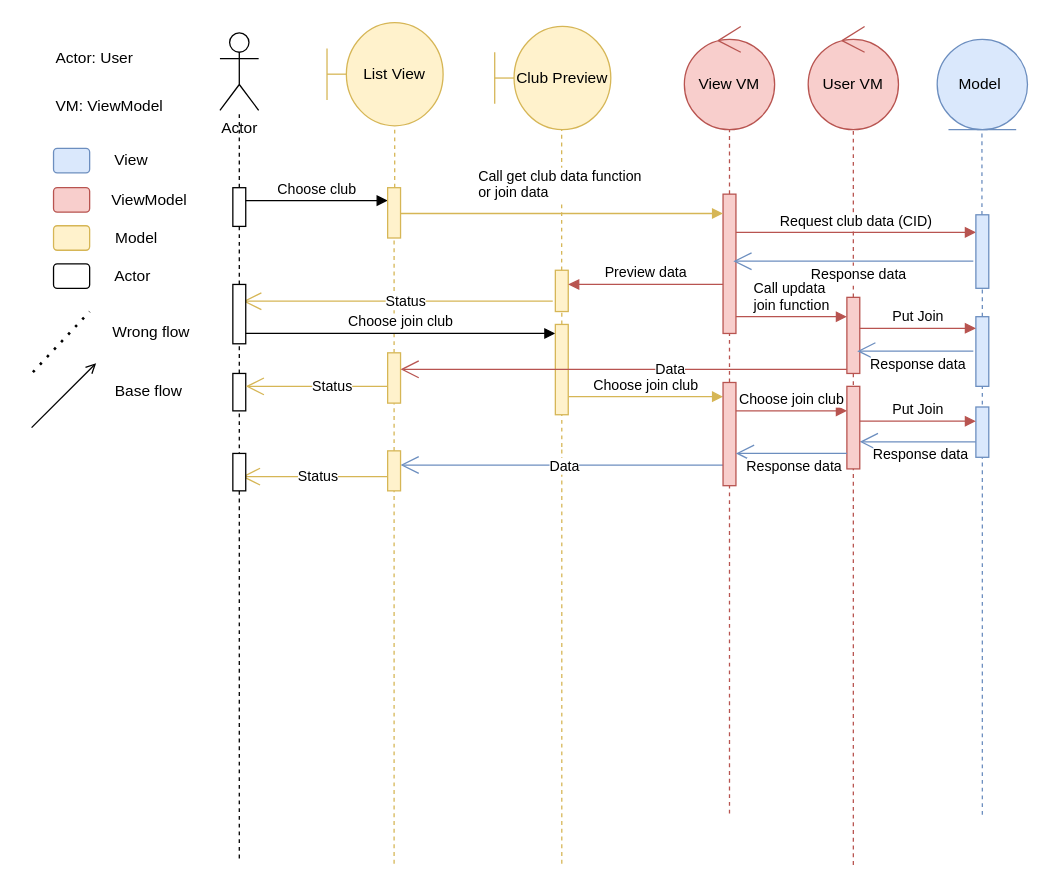
DnhTrn/finall_project keeps this draw.io diagram as page "Join Club" (6 of 13) of Diagram.drawio. Above is the earlier version. Source tidied: cells renumbered, new cells numbered last; positions are measured from the earlier drawing's top-left corner, leaving out a move shared by most shapes. Both pictures are drawn from the tidied source at 129%, with x=0, y=0 at pixel (31, 22).
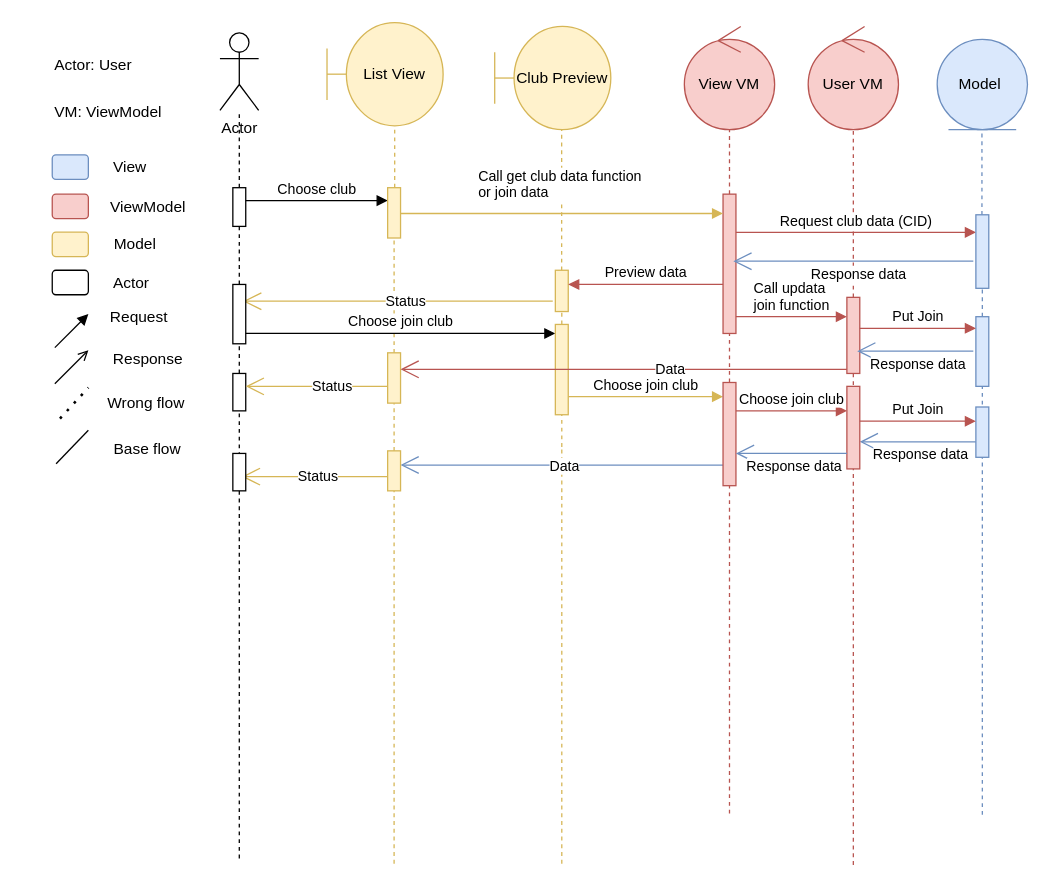
The same diagram, later.

What changed in the source:
```diff
@@
+    <mxCell id="78" value="Data" style="endArrow=open;endSize=12;html=1;rounded=0;fillColor=#f8cecc;strokeColor=#b85450;" parent="1" edge="1">
+      <mxGeometry x="-0.21" relative="1" as="geometry">
+        <mxPoint x="632" y="268.8" as="sourcePoint" />
+        <mxPoint x="286" y="268.8" as="targetPoint" />
+      </mxGeometry>
+    </mxCell>
     <mxCell id="63" value="&lt;div style=&quot;&quot;&gt;&lt;span style=&quot;background-color: initial;&quot;&gt;VM: ViewModel&lt;/span&gt;&lt;/div&gt;" style="text;html=1;align=left;verticalAlign=middle;whiteSpace=wrap;rounded=0;" parent="1" vertex="1">
-      <mxGeometry x="17" y="50" width="101" height="30" as="geometry" />
+      <mxGeometry x="16" y="55" width="101" height="30" as="geometry" />
     </mxCell>
-    <mxCell id="64" style="rounded=1;whiteSpace=wrap;html=1;fillColor=#dae8fc;strokeColor=#6c8ebf;" parent="1" vertex="1">
-      <mxGeometry x="17" y="97.5" width="28" height="19" as="geometry" />
-    </mxCell>
+    <mxCell id="79" style="rounded=1;whiteSpace=wrap;html=1;fillColor=#dae8fc;strokeColor=#6c8ebf;" parent="1" vertex="1">
+      <mxGeometry x="16" y="102.5" width="28" height="19" as="geometry" />
+    </mxCell>
     <mxCell id="65" value="View" style="text;html=1;align=center;verticalAlign=middle;strokeColor=none;fillColor=none;" parent="1" vertex="1">
-      <mxGeometry x="55" y="94" width="44" height="26" as="geometry" />
+      <mxGeometry x="54" y="99" width="44" height="26" as="geometry" />
     </mxCell>
-    <mxCell id="66" style="rounded=1;whiteSpace=wrap;html=1;fillColor=#f8cecc;strokeColor=#b85450;" parent="1" vertex="1">
-      <mxGeometry x="17" y="128" width="28" height="19" as="geometry" />
-    </mxCell>
+    <mxCell id="80" style="rounded=1;whiteSpace=wrap;html=1;fillColor=#f8cecc;strokeColor=#b85450;" parent="1" vertex="1">
+      <mxGeometry x="16" y="133" width="28" height="19" as="geometry" />
+    </mxCell>
     <mxCell id="67" value="ViewModel" style="text;html=1;align=center;verticalAlign=middle;strokeColor=none;fillColor=none;" parent="1" vertex="1">
-      <mxGeometry x="53" y="124.5" width="76" height="26" as="geometry" />
+      <mxGeometry x="52" y="129.5" width="76" height="26" as="geometry" />
     </mxCell>
-    <mxCell id="68" style="rounded=1;whiteSpace=wrap;html=1;fillColor=#fff2cc;strokeColor=#d6b656;" parent="1" vertex="1">
-      <mxGeometry x="17" y="157.5" width="28" height="19" as="geometry" />
-    </mxCell>
+    <mxCell id="81" style="rounded=1;whiteSpace=wrap;html=1;fillColor=#fff2cc;strokeColor=#d6b656;" parent="1" vertex="1">
+      <mxGeometry x="16" y="162.5" width="28" height="19" as="geometry" />
+    </mxCell>
     <mxCell id="69" value="Model" style="text;html=1;align=center;verticalAlign=middle;strokeColor=none;fillColor=none;" parent="1" vertex="1">
-      <mxGeometry x="55" y="154" width="51" height="26" as="geometry" />
+      <mxGeometry x="54" y="159" width="51" height="26" as="geometry" />
     </mxCell>
-    <mxCell id="70" style="endArrow=none;dashed=1;html=1;dashPattern=1 3;strokeWidth=2;rounded=0;" parent="1" edge="1">
-      <mxGeometry relative="1" as="geometry">
-        <mxPoint x="1" y="271" as="sourcePoint" />
-        <mxPoint x="45" y="224" as="targetPoint" />
-      </mxGeometry>
-    </mxCell>
+    <mxCell id="82" style="endArrow=none;dashed=1;html=1;dashPattern=1 3;strokeWidth=2;rounded=0;" parent="1" edge="1">
+      <mxGeometry relative="1" as="geometry">
+        <mxPoint x="22" y="307" as="sourcePoint" />
+        <mxPoint x="44" y="283" as="targetPoint" />
+      </mxGeometry>
+    </mxCell>
     <mxCell id="71" value="Wrong flow" style="text;html=1;align=center;verticalAlign=middle;whiteSpace=wrap;rounded=0;" parent="1" vertex="1">
-      <mxGeometry x="55" y="225" width="76" height="30" as="geometry" />
+      <mxGeometry x="51" y="280" width="76" height="30" as="geometry" />
     </mxCell>
-    <mxCell id="72" style="endArrow=open;html=1;rounded=0;endFill=0;" parent="1" edge="1">
-      <mxGeometry relative="1" as="geometry">
-        <mxPoint y="314" as="sourcePoint" />
-        <mxPoint x="50" y="264" as="targetPoint" />
-      </mxGeometry>
-    </mxCell>
+    <mxCell id="83" style="endArrow=none;html=1;rounded=0;" parent="1" edge="1">
+      <mxGeometry relative="1" as="geometry">
+        <mxPoint x="19" y="342" as="sourcePoint" />
+        <mxPoint x="44" y="316" as="targetPoint" />
+      </mxGeometry>
+    </mxCell>
     <mxCell id="73" value="Base flow" style="text;html=1;align=center;verticalAlign=middle;whiteSpace=wrap;rounded=0;" parent="1" vertex="1">
-      <mxGeometry x="53" y="271" width="76" height="30" as="geometry" />
+      <mxGeometry x="52" y="316" width="76" height="30" as="geometry" />
     </mxCell>
-    <mxCell id="74" value="&lt;div style=&quot;&quot;&gt;&lt;br&gt;&lt;/div&gt;" style="text;html=1;align=left;verticalAlign=middle;strokeColor=none;fillColor=none;" parent="1" vertex="1">
-      <mxGeometry x="16" y="13" width="18" height="26" as="geometry" />
-    </mxCell>
+    <mxCell id="84" value="&lt;div style=&quot;&quot;&gt;&lt;br&gt;&lt;/div&gt;" style="text;html=1;align=left;verticalAlign=middle;strokeColor=none;fillColor=none;" parent="1" vertex="1">
+      <mxGeometry x="15" y="18" width="18" height="26" as="geometry" />
+    </mxCell>
     <mxCell id="75" value="&lt;div style=&quot;&quot;&gt;&lt;span style=&quot;background-color: initial;&quot;&gt;Actor: User&lt;/span&gt;&lt;/div&gt;" style="text;html=1;align=left;verticalAlign=middle;whiteSpace=wrap;rounded=0;" parent="1" vertex="1">
-      <mxGeometry x="17" y="13" width="89" height="30" as="geometry" />
+      <mxGeometry x="16" y="18" width="89" height="30" as="geometry" />
     </mxCell>
-    <mxCell id="76" style="rounded=1;whiteSpace=wrap;html=1;" parent="1" vertex="1">
-      <mxGeometry x="17" y="187" width="28" height="19" as="geometry" />
-    </mxCell>
+    <mxCell id="85" style="rounded=1;whiteSpace=wrap;html=1;" parent="1" vertex="1">
+      <mxGeometry x="16" y="192" width="28" height="19" as="geometry" />
+    </mxCell>
     <mxCell id="77" value="Actor" style="text;html=1;align=center;verticalAlign=middle;strokeColor=none;fillColor=none;" parent="1" vertex="1">
-      <mxGeometry x="55" y="183.5" width="46" height="26" as="geometry" />
+      <mxGeometry x="54" y="188.5" width="46" height="26" as="geometry" />
     </mxCell>
-    <mxCell id="78" value="Data" style="endArrow=open;endSize=12;html=1;rounded=0;fillColor=#f8cecc;strokeColor=#b85450;" parent="1" edge="1">
-      <mxGeometry x="-0.21" relative="1" as="geometry">
-        <mxPoint x="632" y="268.8" as="sourcePoint" />
-        <mxPoint x="286" y="268.8" as="targetPoint" />
-      </mxGeometry>
-    </mxCell>
+    <mxCell id="86" style="endArrow=block;html=1;rounded=0;endFill=1;" parent="1" edge="1">
+      <mxGeometry relative="1" as="geometry">
+        <mxPoint x="18" y="252" as="sourcePoint" />
+        <mxPoint x="44" y="226" as="targetPoint" />
+      </mxGeometry>
+    </mxCell>
+    <mxCell id="87" value="Request" style="text;html=1;align=center;verticalAlign=middle;strokeColor=none;fillColor=none;" parent="1" vertex="1">
+      <mxGeometry x="51" y="216" width="63" height="26" as="geometry" />
+    </mxCell>
+    <mxCell id="88" style="endArrow=open;html=1;rounded=0;endFill=0;" parent="1" edge="1">
+      <mxGeometry relative="1" as="geometry">
+        <mxPoint x="18" y="280" as="sourcePoint" />
+        <mxPoint x="44" y="254" as="targetPoint" />
+      </mxGeometry>
+    </mxCell>
+    <mxCell id="89" value="Response" style="text;html=1;align=center;verticalAlign=middle;strokeColor=none;fillColor=none;" parent="1" vertex="1">
+      <mxGeometry x="54" y="248" width="72" height="26" as="geometry" />
+    </mxCell>
```
